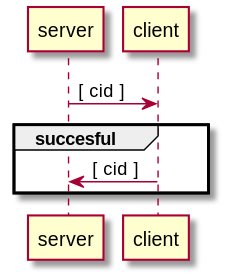
Earlier version of the PlantUML export soundzones_protocol/sequence_diagrams/F1_check_con.svg (NielsDyrberg/Wireless_sound_zones). The source it was exported from:
```plantuml
@startuml F1_check_con
server -> client: [ cid ]
group succesful
    server <- client: [ cid ]
end
@enduml
```
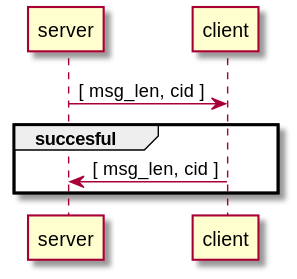
The same file after the commit.

What changed in the source:
```diff
@@ -1,6 +1,6 @@
 @startuml F1_check_con
-server -> client: [ cid ]
+server -> client: [ msg_len, cid ]
 group succesful
-    server <- client: [ cid ]
+    server <- client: [ msg_len, cid ]
 end
 @enduml
```
